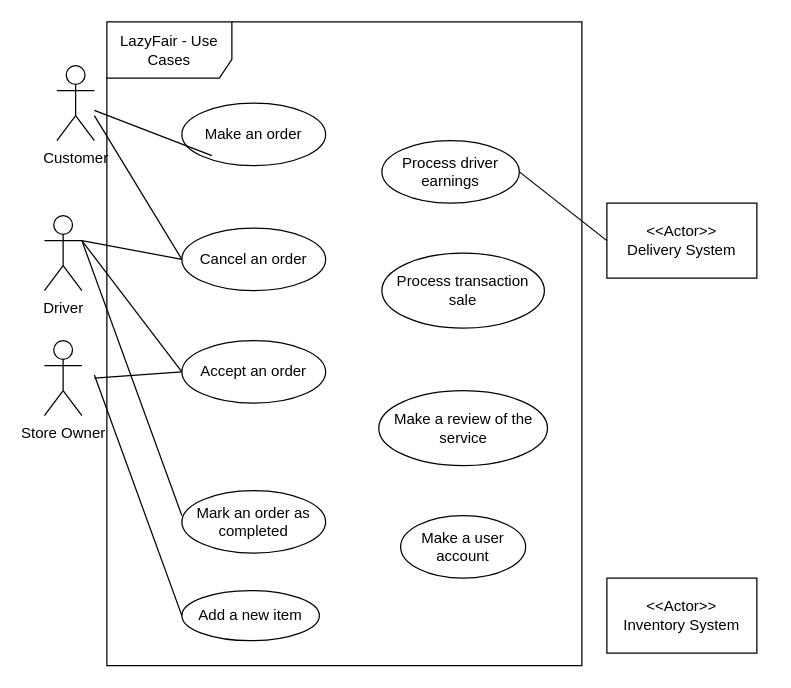
The draw.io diagram Workshop 1 Use Case Diagram.drawio in antonykimuom/SWEN30006-2025-SM1-workshop1-tuew05-14-00-team-12, before the edit. Source tidied: cells renumbered, new cells numbered last; positions are measured from the earlier drawing's top-left corner, leaving out a move shared by most shapes. Both pictures are drawn from the tidied source at 125%, with x=0, y=0 at pixel (44, 21).
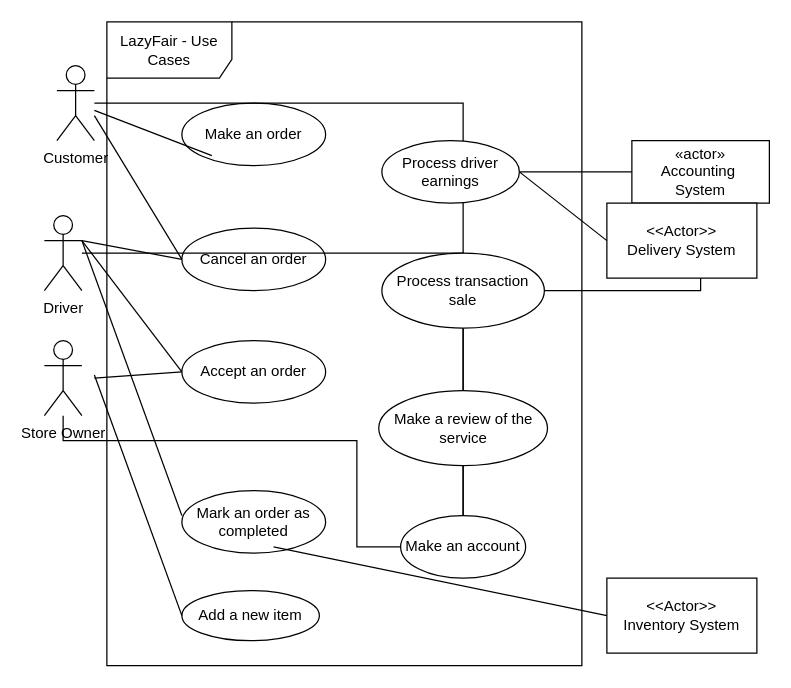
After the change.

Unchanged cells that the change refers to:
```xml
<mxCell id="6" value="Driver" style="shape=umlActor;verticalLabelPosition=bottom;verticalAlign=top;html=1;outlineConnect=0;" parent="1" vertex="1">
  <mxGeometry y="155" width="30" height="60" as="geometry" />
</mxCell>
<mxCell id="8" value="Store Owner" style="shape=umlActor;verticalLabelPosition=bottom;verticalAlign=top;html=1;outlineConnect=0;" parent="1" vertex="1">
  <mxGeometry y="255" width="30" height="60" as="geometry" />
</mxCell>
<mxCell id="9" value="Mark an order as completed" style="ellipse;whiteSpace=wrap;html=1;" parent="1" vertex="1">
  <mxGeometry x="110" y="375" width="115" height="50" as="geometry" />
</mxCell>
<mxCell id="10" value="Customer" style="shape=umlActor;verticalLabelPosition=bottom;verticalAlign=top;html=1;outlineConnect=0;" parent="1" vertex="1">
  <mxGeometry x="10" y="35" width="30" height="60" as="geometry" />
</mxCell>
<mxCell id="20" value="&amp;lt;&amp;lt;Actor&amp;gt;&amp;gt;&lt;div&gt;Inventory System&lt;/div&gt;" style="rounded=0;whiteSpace=wrap;html=1;" parent="1" vertex="1">
  <mxGeometry x="450" y="445" width="120" height="60" as="geometry" />
</mxCell>
<mxCell id="21" value="Process driver earnings" style="ellipse;whiteSpace=wrap;html=1;" parent="1" vertex="1">
  <mxGeometry x="270" y="95" width="110" height="50" as="geometry" />
</mxCell>
<mxCell id="22" value="Process transaction sale" style="ellipse;whiteSpace=wrap;html=1;" parent="1" vertex="1">
  <mxGeometry x="270" y="185" width="130" height="60" as="geometry" />
</mxCell>
```

The edit, as a diff of the source:
```diff
@@
+    <mxCell id="25" style="edgeStyle=orthogonalEdgeStyle;rounded=0;jettySize=auto;html=1;endArrow=none;startFill=0;" parent="1" edge="1" source="6" target="13">
+      <mxGeometry relative="1" as="geometry" />
+    </mxCell>
@@
+    <mxCell id="26" style="edgeStyle=orthogonalEdgeStyle;rounded=0;jettySize=auto;html=1;endArrow=none;startFill=0;" parent="1" edge="1" source="8" target="13">
+      <mxGeometry relative="1" as="geometry">
+        <Array as="points">
+          <mxPoint x="15" y="335" />
+          <mxPoint x="250" y="335" />
+          <mxPoint x="250" y="420" />
+        </Array>
+      </mxGeometry>
+    </mxCell>
@@
+    <mxCell id="27" style="edgeStyle=orthogonalEdgeStyle;rounded=0;jettySize=auto;html=1;endArrow=none;startFill=0;" parent="1" edge="1" source="10" target="13">
+      <mxGeometry relative="1" as="geometry" />
+    </mxCell>
@@
-    <mxCell id="13" value="Make a user account" style="ellipse;whiteSpace=wrap;html=1;" parent="1" vertex="1">
+    <mxCell id="13" value="Make an account" style="ellipse;whiteSpace=wrap;html=1;" parent="1" vertex="1">
       <mxGeometry x="285" y="395" width="100" height="50" as="geometry" />
     </mxCell>
@@
+    <mxCell id="28" style="edgeStyle=orthogonalEdgeStyle;rounded=0;jettySize=auto;html=1;endArrow=none;startFill=0;" parent="1" edge="1" source="21" target="31">
+      <mxGeometry relative="1" as="geometry" />
+    </mxCell>
@@
+    <mxCell id="29" style="edgeStyle=orthogonalEdgeStyle;rounded=0;jettySize=auto;html=1;endArrow=none;startFill=0;" parent="1" edge="1" source="22" target="31">
+      <mxGeometry relative="1" as="geometry" />
+    </mxCell>
@@
+    <mxCell id="30" style="endArrow=none;html=1;rounded=0;entryX=0;entryY=0.5;entryDx=0;entryDy=0;exitX=0.638;exitY=0.9;exitDx=0;exitDy=0;exitPerimeter=0;" parent="1" edge="1" source="9" target="20">
+      <mxGeometry relative="1" as="geometry" />
+    </mxCell>
+    <mxCell id="31" value="«actor»&lt;br&gt;Accounting&amp;nbsp;&lt;div&gt;System&lt;/div&gt;" style="html=1;whiteSpace=wrap;" parent="1" vertex="1">
+      <mxGeometry x="470" y="95" width="110" height="50" as="geometry" />
+    </mxCell>
```
